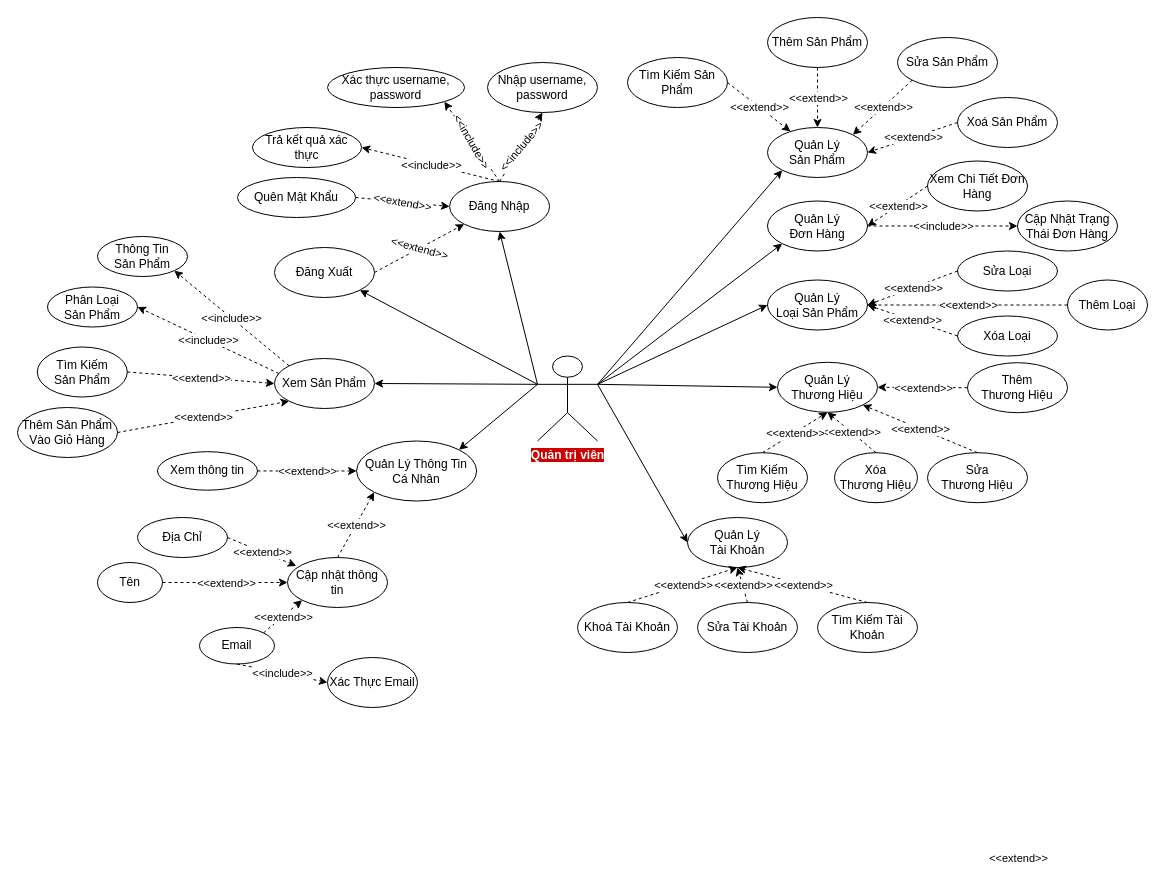
This is page "Admin" (3 of 5) of Documentation/Usecase-Admin-User.drawio from VoQuangTuong185/DoAnTotNghiep, a draw.io file, before an edit. Source tidied: cells renumbered, new cells numbered last; positions are measured from the earlier drawing's top-left corner, leaving out a move shared by most shapes. Both pictures are drawn from the tidied source at 100%, with x=0, y=0 at pixel (17, 17).
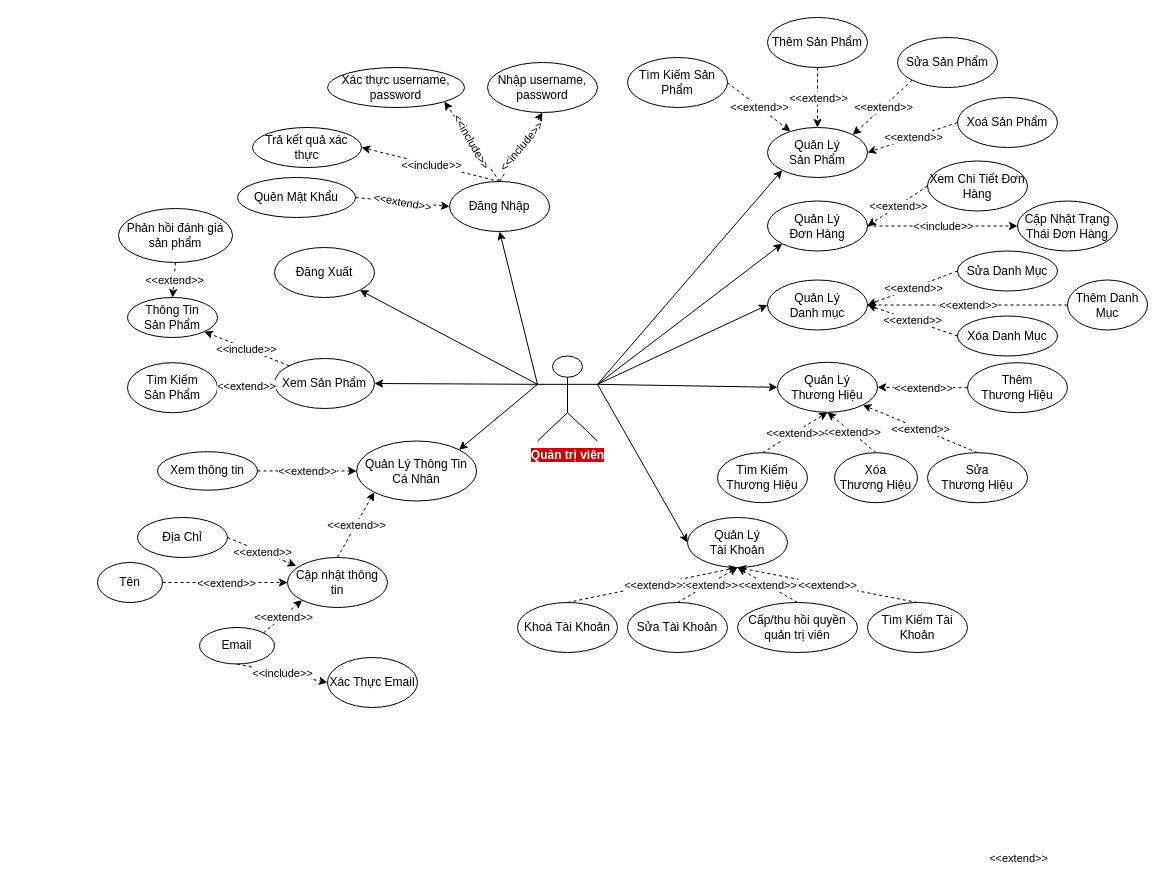
The same diagram, later.

Unchanged cells that the change refers to:
```xml
<mxCell id="3" value="Đăng Xuất" style="ellipse;whiteSpace=wrap;html=1;" parent="1" vertex="1">
  <mxGeometry x="257" y="230" width="100" height="50" as="geometry" />
</mxCell>
<mxCell id="4" value="Xem Sản Phẩm" style="ellipse;whiteSpace=wrap;html=1;" parent="1" vertex="1">
  <mxGeometry x="257" y="341" width="100" height="50" as="geometry" />
</mxCell>
<mxCell id="9" value="Đăng Nhập" style="ellipse;whiteSpace=wrap;html=1;" parent="1" vertex="1">
  <mxGeometry x="432.1" y="164" width="100" height="50" as="geometry" />
</mxCell>
<mxCell id="16" value="Quản Lý&lt;br&gt;Tài Khoản" style="ellipse;whiteSpace=wrap;html=1;" parent="1" vertex="1">
  <mxGeometry x="670" y="500" width="100" height="50" as="geometry" />
</mxCell>
```

What changed in the source:
```diff
@@
     <mxCell id="5" value="Thông Tin &lt;br&gt;Sản Phẩm" style="ellipse;whiteSpace=wrap;html=1;" parent="1" vertex="1">
-      <mxGeometry x="80" y="219" width="90" height="40" as="geometry" />
+      <mxGeometry x="110" y="280" width="90" height="40" as="geometry" />
     </mxCell>
-    <mxCell id="6" value="Phân Loại &lt;br&gt;Sản Phẩm" style="ellipse;whiteSpace=wrap;html=1;" parent="1" vertex="1">
-      <mxGeometry x="30" y="269.5" width="90" height="40" as="geometry" />
-    </mxCell>
     <mxCell id="7" value="Tìm Kiếm&lt;br&gt;Sản Phẩm" style="ellipse;whiteSpace=wrap;html=1;" parent="1" vertex="1">
-      <mxGeometry x="19.8" y="329.5" width="90" height="50" as="geometry" />
+      <mxGeometry x="110" y="345.2" width="90" height="50" as="geometry" />
     </mxCell>
-    <mxCell id="8" value="Thêm Sản Phẩm&lt;br&gt;Vào Giỏ Hàng" style="ellipse;whiteSpace=wrap;html=1;" parent="1" vertex="1">
-      <mxGeometry y="390" width="100" height="50" as="geometry" />
-    </mxCell>
@@
-    <mxCell id="15" value="Quản Lý &lt;br&gt;Loại Sản Phẩm" style="ellipse;whiteSpace=wrap;html=1;" parent="1" vertex="1">
+    <mxCell id="15" value="Quản Lý &lt;br&gt;Danh mục" style="ellipse;whiteSpace=wrap;html=1;" parent="1" vertex="1">
       <mxGeometry x="750" y="262.5" width="100" height="50" as="geometry" />
     </mxCell>
@@
-    <mxCell id="40" value="Thêm Loại" style="ellipse;whiteSpace=wrap;html=1;" parent="1" vertex="1">
+    <mxCell id="40" value="Thêm Danh Mục" style="ellipse;whiteSpace=wrap;html=1;" parent="1" vertex="1">
       <mxGeometry x="1050" y="262.5" width="80" height="50" as="geometry" />
     </mxCell>
-    <mxCell id="41" value="Sửa Loại" style="ellipse;whiteSpace=wrap;html=1;" parent="1" vertex="1">
+    <mxCell id="41" value="Sửa Danh Mục" style="ellipse;whiteSpace=wrap;html=1;" parent="1" vertex="1">
       <mxGeometry x="940" y="233.5" width="100" height="40" as="geometry" />
     </mxCell>
-    <mxCell id="42" value="Xóa Loại" style="ellipse;whiteSpace=wrap;html=1;" parent="1" vertex="1">
+    <mxCell id="42" value="Xóa Danh Mục" style="ellipse;whiteSpace=wrap;html=1;" parent="1" vertex="1">
       <mxGeometry x="940" y="298.5" width="100" height="40" as="geometry" />
     </mxCell>
@@
     <mxCell id="60" value="Tìm Kiếm Tài Khoản" style="ellipse;whiteSpace=wrap;html=1;" parent="1" vertex="1">
-      <mxGeometry x="800" y="585" width="100" height="50" as="geometry" />
+      <mxGeometry x="850" y="585" width="100" height="50" as="geometry" />
     </mxCell>
     <mxCell id="61" value="Sửa Tài Khoản" style="ellipse;whiteSpace=wrap;html=1;" parent="1" vertex="1">
-      <mxGeometry x="680" y="585" width="100" height="50" as="geometry" />
+      <mxGeometry x="610" y="585" width="100" height="50" as="geometry" />
     </mxCell>
     <mxCell id="62" value="Khoá Tài Khoản" style="ellipse;whiteSpace=wrap;html=1;" parent="1" vertex="1">
-      <mxGeometry x="560" y="585" width="100" height="50" as="geometry" />
+      <mxGeometry x="500" y="585" width="100" height="50" as="geometry" />
     </mxCell>
@@
-    <mxCell id="88" style="endArrow=classic;html=1;rounded=0;dashed=1;entryX=1;entryY=0.5;entryDx=0;entryDy=0;exitX=0.044;exitY=0.3;exitDx=0;exitDy=0;exitPerimeter=0;" parent="1" edge="1" source="4" target="6">
-      <mxGeometry relative="1" as="geometry" />
-    </mxCell>
-    <mxCell id="89" value="&amp;lt;&amp;lt;include&amp;gt;&amp;gt;" style="edgeLabel;html=1;align=center;verticalAlign=middle;" parent="88" vertex="1">
-      <mxGeometry relative="1" as="geometry" />
-    </mxCell>
@@
-    <mxCell id="98" style="endArrow=classic;html=1;rounded=0;dashed=1;entryX=0;entryY=1;entryDx=0;entryDy=0;exitX=1;exitY=0.5;exitDx=0;exitDy=0;" parent="1" edge="1" source="8" target="4">
-      <mxGeometry relative="1" as="geometry" />
-    </mxCell>
-    <mxCell id="99" value="&amp;lt;&amp;lt;extend&amp;gt;&amp;gt;" style="edgeLabel;html=1;align=center;verticalAlign=middle;" parent="98" vertex="1">
-      <mxGeometry relative="1" as="geometry" />
-    </mxCell>
@@
-    <mxCell id="112" style="endArrow=classic;html=1;rounded=0;dashed=1;entryX=0;entryY=1;entryDx=0;entryDy=0;exitX=1;exitY=0.5;exitDx=0;exitDy=0;" parent="1" edge="1" source="3" target="9">
-      <mxGeometry relative="1" as="geometry" />
-    </mxCell>
-    <mxCell id="113" value="&amp;lt;&amp;lt;extend&amp;gt;&amp;gt;" style="edgeLabel;html=1;align=center;verticalAlign=middle;rotation=15;" parent="112" vertex="1">
-      <mxGeometry relative="1" as="geometry" />
-    </mxCell>
+    <mxCell id="114" value="Phản hồi đánh giá sản phẩm" style="ellipse;whiteSpace=wrap;html=1;" parent="1" vertex="1">
+      <mxGeometry x="101" y="191" width="114" height="54" as="geometry" />
+    </mxCell>
+    <mxCell id="115" style="endArrow=classic;html=1;rounded=0;dashed=1;entryX=0.5;entryY=0;entryDx=0;entryDy=0;exitX=0.5;exitY=1;exitDx=0;exitDy=0;" parent="1" edge="1" source="114" target="5">
+      <mxGeometry relative="1" as="geometry" />
+    </mxCell>
+    <mxCell id="116" value="&amp;lt;&amp;lt;extend&amp;gt;&amp;gt;" style="edgeLabel;html=1;align=center;verticalAlign=middle;" parent="115" vertex="1">
+      <mxGeometry relative="1" as="geometry" />
+    </mxCell>
+    <mxCell id="117" value="Cấp/thu hồi quyền quản trị viên" style="ellipse;whiteSpace=wrap;html=1;" parent="1" vertex="1">
+      <mxGeometry x="720" y="585" width="120" height="50" as="geometry" />
+    </mxCell>
+    <mxCell id="118" style="endArrow=classic;html=1;rounded=0;dashed=1;exitX=0.5;exitY=0;exitDx=0;exitDy=0;entryX=0.5;entryY=1;entryDx=0;entryDy=0;" parent="1" edge="1" source="117" target="16">
+      <mxGeometry relative="1" as="geometry" />
+    </mxCell>
+    <mxCell id="119" value="&amp;lt;&amp;lt;extend&amp;gt;&amp;gt;" style="edgeLabel;html=1;align=center;verticalAlign=middle;" parent="118" vertex="1">
+      <mxGeometry relative="1" as="geometry" />
+    </mxCell>
```
